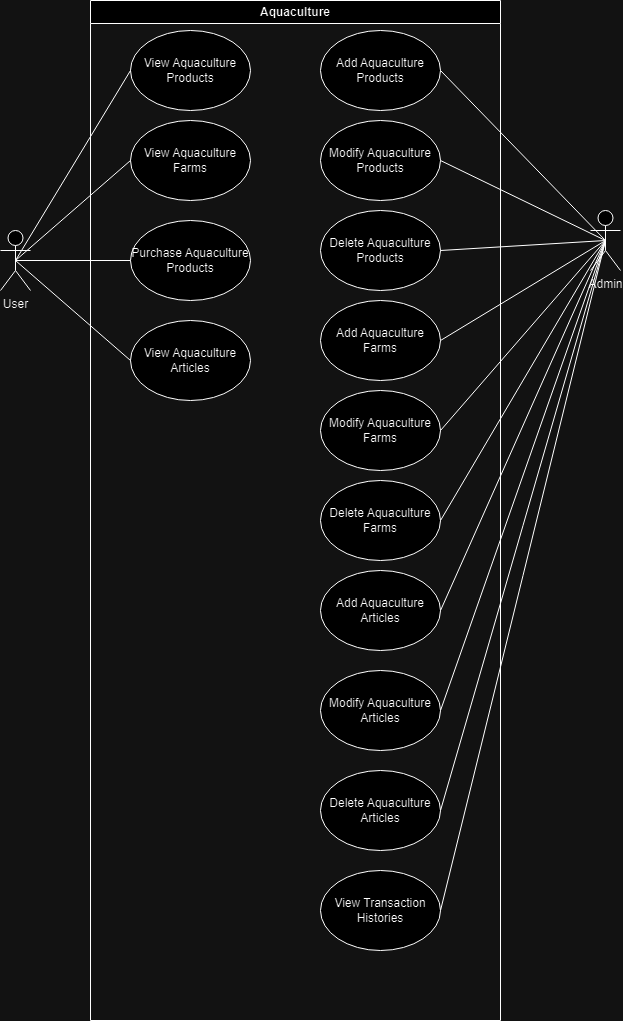
Megamustafa/Final_Project keeps this draw.io diagram as Use_case.drawio-1.png. Above is the earlier version. Source tidied: cells renumbered, new cells last; positions are measured from the earlier drawing's top-left corner, leaving out a move shared by most shapes.
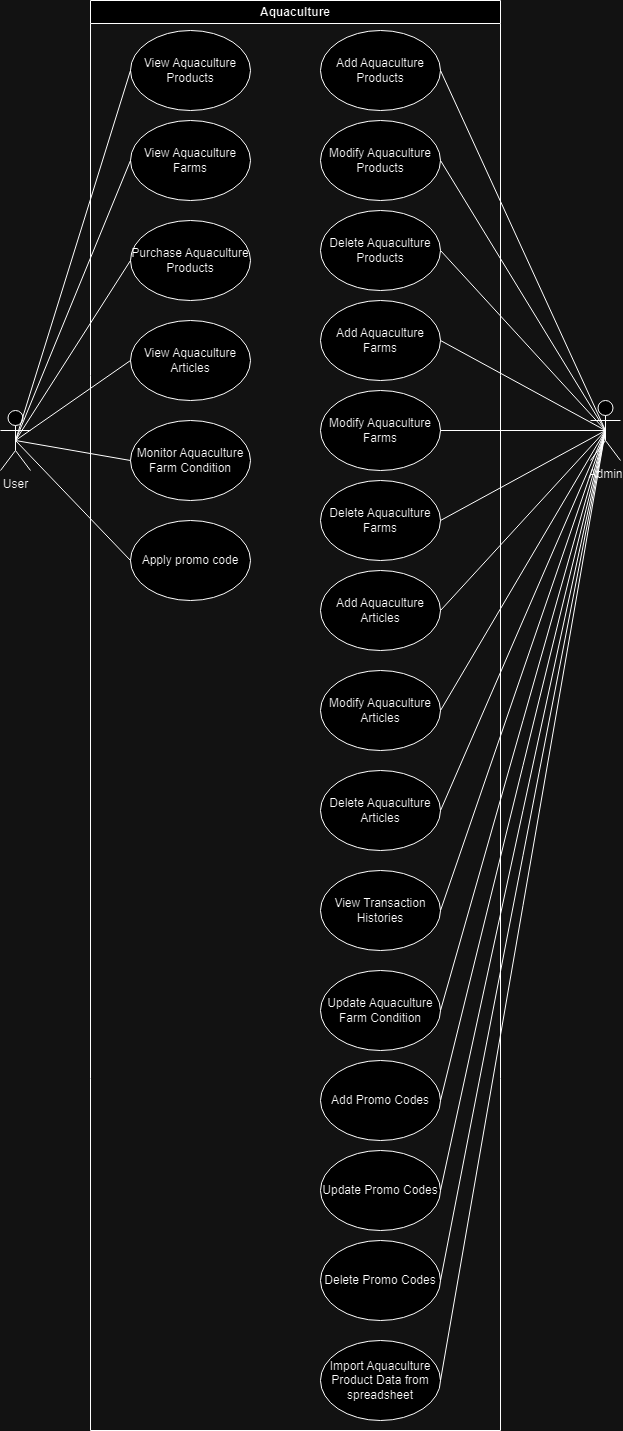
The same diagram one commit later.

Change to the diagram source:
```diff
@@ -3,7 +3,7 @@
     <mxCell id="0" />
     <mxCell id="1" parent="0" />
     <mxCell id="2" value="Aquaculture" style="swimlane;whiteSpace=wrap;html=1;" parent="1" vertex="1">
-      <mxGeometry x="90" width="410" height="1020" as="geometry" />
+      <mxGeometry x="90" width="410" height="1430" as="geometry" />
     </mxCell>
     <mxCell id="3" value="View Aquaculture Products" style="ellipse;whiteSpace=wrap;html=1;" parent="2" vertex="1">
       <mxGeometry x="40" y="30" width="120" height="80" as="geometry" />
@@ -47,11 +47,32 @@
     <mxCell id="16" value="View Transaction Histories" style="ellipse;whiteSpace=wrap;html=1;" parent="2" vertex="1">
       <mxGeometry x="230" y="870" width="120" height="80" as="geometry" />
     </mxCell>
+    <mxCell id="33" value="Monitor Aquaculture Farm Condition" style="ellipse;whiteSpace=wrap;html=1;" parent="2" vertex="1">
+      <mxGeometry x="40" y="420" width="120" height="80" as="geometry" />
+    </mxCell>
+    <mxCell id="34" value="Apply promo code" style="ellipse;whiteSpace=wrap;html=1;" parent="2" vertex="1">
+      <mxGeometry x="40" y="520" width="120" height="80" as="geometry" />
+    </mxCell>
+    <mxCell id="35" value="Update Aquaculture Farm Condition" style="ellipse;whiteSpace=wrap;html=1;" parent="2" vertex="1">
+      <mxGeometry x="230" y="970" width="120" height="80" as="geometry" />
+    </mxCell>
+    <mxCell id="36" value="Add Promo Codes" style="ellipse;whiteSpace=wrap;html=1;" parent="2" vertex="1">
+      <mxGeometry x="230" y="1060" width="120" height="80" as="geometry" />
+    </mxCell>
+    <mxCell id="37" value="Update Promo Codes" style="ellipse;whiteSpace=wrap;html=1;" parent="2" vertex="1">
+      <mxGeometry x="230" y="1150" width="120" height="80" as="geometry" />
+    </mxCell>
+    <mxCell id="38" value="Delete Promo Codes" style="ellipse;whiteSpace=wrap;html=1;" parent="2" vertex="1">
+      <mxGeometry x="230" y="1240" width="120" height="80" as="geometry" />
+    </mxCell>
+    <mxCell id="39" value="Import Aquaculture Product Data from spreadsheet" style="ellipse;whiteSpace=wrap;html=1;" parent="2" vertex="1">
+      <mxGeometry x="230" y="1340" width="120" height="80" as="geometry" />
+    </mxCell>
     <mxCell id="17" value="User" style="shape=umlActor;verticalLabelPosition=bottom;verticalAlign=top;html=1;outlineConnect=0;" parent="1" vertex="1">
-      <mxGeometry y="230" width="30" height="60" as="geometry" />
+      <mxGeometry y="410" width="30" height="60" as="geometry" />
     </mxCell>
     <mxCell id="18" value="Admin" style="shape=umlActor;verticalLabelPosition=bottom;verticalAlign=top;html=1;outlineConnect=0;" parent="1" vertex="1">
-      <mxGeometry x="590" y="210" width="30" height="60" as="geometry" />
+      <mxGeometry x="590" y="400" width="30" height="60" as="geometry" />
     </mxCell>
     <mxCell id="19" style="endArrow=none;html=1;rounded=0;entryX=0.5;entryY=0.5;entryDx=0;entryDy=0;entryPerimeter=0;exitX=1;exitY=0.5;exitDx=0;exitDy=0;" parent="1" edge="1" source="8" target="18">
       <mxGeometry relative="1" as="geometry" />
@@ -95,5 +116,26 @@
     <mxCell id="32" style="endArrow=none;html=1;rounded=0;entryX=0.5;entryY=0.5;entryDx=0;entryDy=0;entryPerimeter=0;exitX=1;exitY=0.5;exitDx=0;exitDy=0;" parent="1" edge="1" source="7" target="18">
       <mxGeometry relative="1" as="geometry" />
     </mxCell>
+    <mxCell id="40" style="endArrow=none;html=1;rounded=0;entryX=0.5;entryY=0.5;entryDx=0;entryDy=0;entryPerimeter=0;exitX=0;exitY=0.5;exitDx=0;exitDy=0;" parent="1" edge="1" source="33" target="17">
+      <mxGeometry relative="1" as="geometry" />
+    </mxCell>
+    <mxCell id="41" style="endArrow=none;html=1;rounded=0;entryX=0.5;entryY=0.5;entryDx=0;entryDy=0;entryPerimeter=0;exitX=0;exitY=0.5;exitDx=0;exitDy=0;" parent="1" edge="1" source="34" target="17">
+      <mxGeometry relative="1" as="geometry" />
+    </mxCell>
+    <mxCell id="42" style="endArrow=none;html=1;rounded=0;entryX=0.5;entryY=0.5;entryDx=0;entryDy=0;entryPerimeter=0;exitX=1;exitY=0.5;exitDx=0;exitDy=0;" parent="1" edge="1" source="35" target="18">
+      <mxGeometry relative="1" as="geometry" />
+    </mxCell>
+    <mxCell id="43" style="endArrow=none;html=1;rounded=0;entryX=0.5;entryY=0.5;entryDx=0;entryDy=0;entryPerimeter=0;exitX=1;exitY=0.5;exitDx=0;exitDy=0;" parent="1" edge="1" source="36" target="18">
+      <mxGeometry relative="1" as="geometry" />
+    </mxCell>
+    <mxCell id="44" style="endArrow=none;html=1;rounded=0;entryX=0.5;entryY=0.5;entryDx=0;entryDy=0;entryPerimeter=0;exitX=1;exitY=0.5;exitDx=0;exitDy=0;" parent="1" edge="1" source="37" target="18">
+      <mxGeometry relative="1" as="geometry" />
+    </mxCell>
+    <mxCell id="45" style="endArrow=none;html=1;rounded=0;entryX=0.5;entryY=0.5;entryDx=0;entryDy=0;entryPerimeter=0;exitX=1;exitY=0.5;exitDx=0;exitDy=0;" parent="1" edge="1" source="38" target="18">
+      <mxGeometry relative="1" as="geometry" />
+    </mxCell>
+    <mxCell id="46" style="endArrow=none;html=1;rounded=0;entryX=0.5;entryY=0.5;entryDx=0;entryDy=0;entryPerimeter=0;exitX=1;exitY=0.5;exitDx=0;exitDy=0;" parent="1" edge="1" source="39" target="18">
+      <mxGeometry relative="1" as="geometry" />
+    </mxCell>
   </root>
 </mxGraphModel>
```
